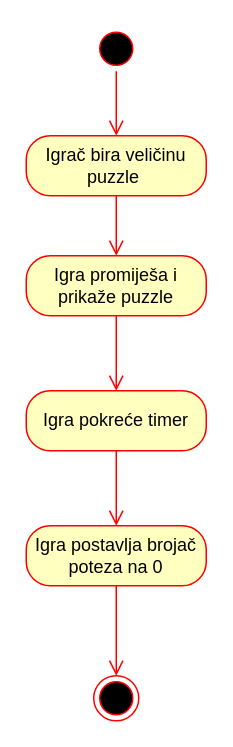
The draw.io diagram page "Activity Postavljanje puzzle" (3 of 7) of dijagram.drawio in mmravak/Sliding-puzzle, before the edit. Source tidied: cells renumbered, new cells numbered last; positions are measured from the earlier drawing's top-left corner, leaving out a move shared by most shapes. Both pictures are drawn from the tidied source at 150%, with x=0, y=0 at pixel (26, 26).
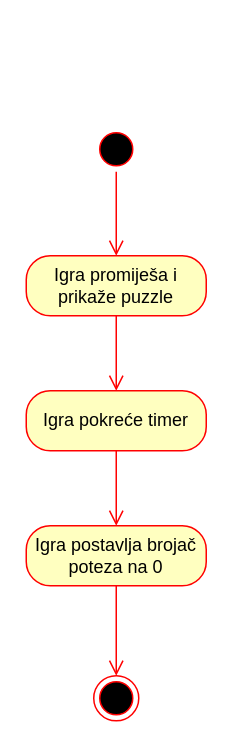
After the change.

Diff of the diagram source:
```diff
@@
 <mxGraphModel>
   <root>
     <mxCell id="0" />
     <mxCell id="1" parent="0" />
     <mxCell id="2" style="ellipse;html=1;shape=startState;fillColor=#000000;strokeColor=#ff0000;" parent="1" vertex="1">
-      <mxGeometry x="45" width="30" height="30" as="geometry" />
+      <mxGeometry x="45" y="67" width="30" height="30" as="geometry" />
     </mxCell>
-    <mxCell id="3" style="edgeStyle=orthogonalEdgeStyle;html=1;verticalAlign=bottom;endArrow=open;endSize=8;strokeColor=#ff0000;entryX=0.5;entryY=0;entryDx=0;entryDy=0;exitX=0.5;exitY=1;exitDx=0;exitDy=0;" parent="1" edge="1" source="2" target="4">
+    <mxCell id="3" style="edgeStyle=orthogonalEdgeStyle;html=1;verticalAlign=bottom;endArrow=open;endSize=8;strokeColor=#ff0000;exitX=0.5;exitY=1;exitDx=0;exitDy=0;" parent="1" edge="1" source="2" target="6">
       <mxGeometry relative="1" as="geometry" />
     </mxCell>
-    <mxCell id="4" value="Igrač bira veličinu puzzle&amp;nbsp;" style="rounded=1;whiteSpace=wrap;html=1;arcSize=40;fontColor=#000000;fillColor=#ffffc0;strokeColor=#ff0000;" parent="1" vertex="1">
-      <mxGeometry y="73" width="120" height="40" as="geometry" />
-    </mxCell>
-    <mxCell id="5" style="edgeStyle=orthogonalEdgeStyle;html=1;verticalAlign=bottom;endArrow=open;endSize=8;strokeColor=#ff0000;entryX=0.5;entryY=0;entryDx=0;entryDy=0;" parent="1" edge="1" source="4" target="6">
-      <mxGeometry relative="1" as="geometry" />
-    </mxCell>
     <mxCell id="6" value="Igra promiješa i prikaže puzzle" style="rounded=1;whiteSpace=wrap;html=1;arcSize=40;fontColor=#000000;fillColor=#ffffc0;strokeColor=#ff0000;" parent="1" vertex="1">
       <mxGeometry y="153" width="120" height="40" as="geometry" />
     </mxCell>
     <mxCell id="7" style="edgeStyle=orthogonalEdgeStyle;html=1;verticalAlign=bottom;endArrow=open;endSize=8;strokeColor=#ff0000;entryX=0.5;entryY=0;entryDx=0;entryDy=0;" parent="1" edge="1" source="6" target="8">
       <mxGeometry relative="1" as="geometry" />
     </mxCell>
     <mxCell id="8" value="Igra pokreće timer" style="rounded=1;whiteSpace=wrap;html=1;arcSize=40;fontColor=#000000;fillColor=#ffffc0;strokeColor=#ff0000;" parent="1" vertex="1">
       <mxGeometry y="243" width="120" height="40" as="geometry" />
     </mxCell>
     <mxCell id="9" style="edgeStyle=orthogonalEdgeStyle;html=1;verticalAlign=bottom;endArrow=open;endSize=8;strokeColor=#ff0000;entryX=0.5;entryY=0;entryDx=0;entryDy=0;" parent="1" edge="1" source="8" target="10">
       <mxGeometry relative="1" as="geometry" />
     </mxCell>
     <mxCell id="10" value="Igra postavlja brojač poteza na 0" style="rounded=1;whiteSpace=wrap;html=1;arcSize=40;fontColor=#000000;fillColor=#ffffc0;strokeColor=#ff0000;" parent="1" vertex="1">
       <mxGeometry y="333" width="120" height="40" as="geometry" />
     </mxCell>
     <mxCell id="11" style="edgeStyle=orthogonalEdgeStyle;html=1;verticalAlign=bottom;endArrow=open;endSize=8;strokeColor=#ff0000;entryX=0.5;entryY=0;entryDx=0;entryDy=0;" parent="1" edge="1" source="10" target="12">
       <mxGeometry relative="1" as="geometry" />
     </mxCell>
     <mxCell id="12" style="ellipse;html=1;shape=endState;fillColor=#000000;strokeColor=#ff0000;" parent="1" vertex="1">
       <mxGeometry x="45" y="433" width="30" height="30" as="geometry" />
     </mxCell>
   </root>
 </mxGraphModel>
```
